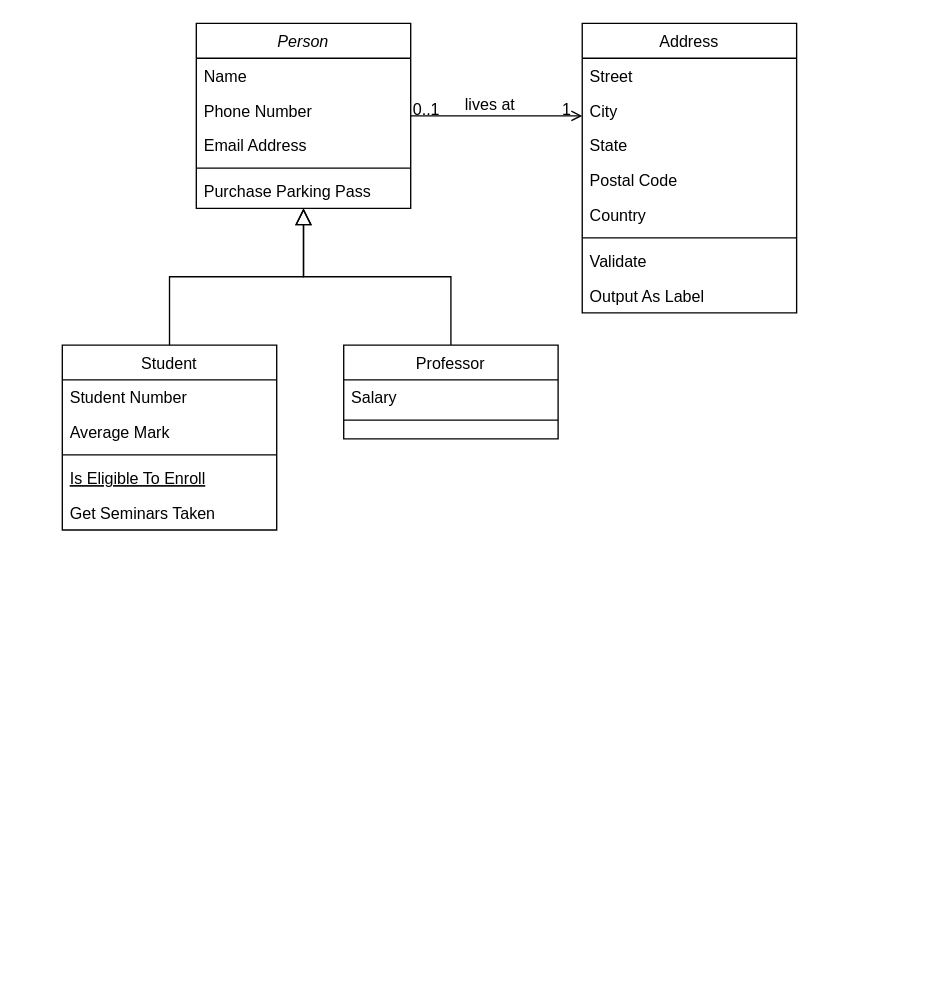
Earlier version of the draw.io diagram Untitled Diagram.drawio (vitoriadelanachaves/uml_class_diagram). Source tidied: cells renumbered, new cells numbered last; positions are measured from the earlier drawing's top-left corner, leaving out a move shared by most shapes. Both pictures are drawn from the tidied source at 134%, with x=0, y=0 at pixel (62, 23).
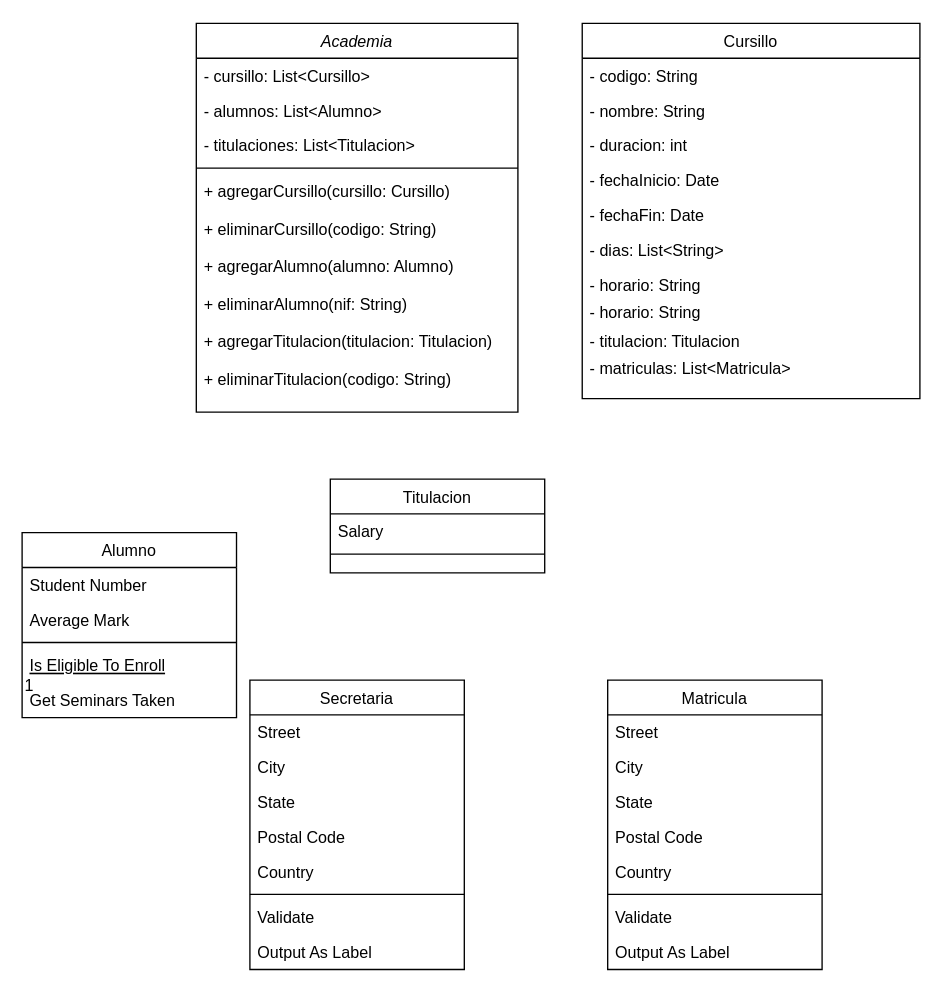
The same page after the edit.

The edit, as a diff of the source:
```diff
@@
-    <mxCell id="2" value="Person" style="swimlane;fontStyle=2;align=center;verticalAlign=top;horizontal=1;startSize=26;rounded=0;shadow=0;strokeWidth=1;" parent="1" vertex="1">
-      <mxGeometry x="100" width="160" height="138" as="geometry" />
+    <mxCell id="2" value="Academia" style="swimlane;fontStyle=2;align=center;verticalAlign=top;horizontal=1;startSize=26;rounded=0;shadow=0;strokeWidth=1;" parent="1" vertex="1">
+      <mxGeometry x="100" width="240" height="290" as="geometry" />
     </mxCell>
-    <mxCell id="3" value="Name" style="text;align=left;verticalAlign=top;spacingLeft=4;spacingRight=4;overflow=hidden;" parent="2" vertex="1">
-      <mxGeometry y="26" width="160" height="26" as="geometry" />
+    <mxCell id="3" value="- cursillo: List&lt;Cursillo&gt;" style="text;align=left;verticalAlign=top;spacingLeft=4;spacingRight=4;overflow=hidden;" parent="2" vertex="1">
+      <mxGeometry y="26" width="240" height="26" as="geometry" />
     </mxCell>
-    <mxCell id="4" value="Phone Number" style="text;align=left;verticalAlign=top;spacingLeft=4;spacingRight=4;overflow=hidden;rounded=0;shadow=0;html=0;" parent="2" vertex="1">
-      <mxGeometry y="52" width="160" height="26" as="geometry" />
+    <mxCell id="4" value="- alumnos: List&lt;Alumno&gt;" style="text;align=left;verticalAlign=top;spacingLeft=4;spacingRight=4;overflow=hidden;rounded=0;shadow=0;html=0;" parent="2" vertex="1">
+      <mxGeometry y="52" width="240" height="26" as="geometry" />
     </mxCell>
-    <mxCell id="5" value="Email Address" style="text;align=left;verticalAlign=top;spacingLeft=4;spacingRight=4;overflow=hidden;rounded=0;shadow=0;html=0;" parent="2" vertex="1">
-      <mxGeometry y="78" width="160" height="26" as="geometry" />
+    <mxCell id="5" value="- titulaciones: List&lt;Titulacion&gt;" style="text;align=left;verticalAlign=top;spacingLeft=4;spacingRight=4;overflow=hidden;rounded=0;shadow=0;html=0;" parent="2" vertex="1">
+      <mxGeometry y="78" width="240" height="26" as="geometry" />
     </mxCell>
     <mxCell id="6" style="line;html=1;strokeWidth=1;align=left;verticalAlign=middle;spacingTop=-1;spacingLeft=3;spacingRight=3;labelPosition=right;" parent="2" vertex="1">
-      <mxGeometry y="104" width="160" height="8" as="geometry" />
+      <mxGeometry y="104" width="240" height="8" as="geometry" />
     </mxCell>
-    <mxCell id="7" value="Purchase Parking Pass" style="text;align=left;verticalAlign=top;spacingLeft=4;spacingRight=4;overflow=hidden;" parent="2" vertex="1">
-      <mxGeometry y="112" width="160" height="26" as="geometry" />
+    <mxCell id="7" value="+ agregarCursillo(cursillo: Cursillo)" style="text;align=left;verticalAlign=top;spacingLeft=4;spacingRight=4;overflow=hidden;" parent="2" vertex="1">
+      <mxGeometry y="112" width="240" height="28" as="geometry" />
     </mxCell>
+    <mxCell id="32" value="+ eliminarCursillo(codigo: String)" style="text;align=left;verticalAlign=top;spacingLeft=4;spacingRight=4;overflow=hidden;" parent="2" vertex="1">
+      <mxGeometry y="140" width="240" height="28" as="geometry" />
+    </mxCell>
+    <mxCell id="33" value="+ agregarAlumno(alumno: Alumno)" style="text;align=left;verticalAlign=top;spacingLeft=4;spacingRight=4;overflow=hidden;" parent="2" vertex="1">
+      <mxGeometry y="168" width="240" height="28" as="geometry" />
+    </mxCell>
+    <mxCell id="34" value="+ eliminarAlumno(nif: String)" style="text;align=left;verticalAlign=top;spacingLeft=4;spacingRight=4;overflow=hidden;" parent="2" vertex="1">
+      <mxGeometry y="196" width="240" height="28" as="geometry" />
+    </mxCell>
+    <mxCell id="35" value="+ agregarTitulacion(titulacion: Titulacion)" style="text;align=left;verticalAlign=top;spacingLeft=4;spacingRight=4;overflow=hidden;" parent="2" vertex="1">
+      <mxGeometry y="224" width="240" height="28" as="geometry" />
+    </mxCell>
+    <mxCell id="36" value="+ eliminarTitulacion(codigo: String)" style="text;align=left;verticalAlign=top;spacingLeft=4;spacingRight=4;overflow=hidden;" parent="2" vertex="1">
+      <mxGeometry y="252" width="240" height="28" as="geometry" />
+    </mxCell>
-    <mxCell id="8" value="Student" style="swimlane;fontStyle=0;align=center;verticalAlign=top;horizontal=1;startSize=26;rounded=0;shadow=0;strokeWidth=1;" parent="1" vertex="1">
-      <mxGeometry y="240" width="160" height="138" as="geometry" />
+    <mxCell id="8" value="Alumno" style="swimlane;fontStyle=0;align=center;verticalAlign=top;horizontal=1;startSize=26;rounded=0;shadow=0;strokeWidth=1;" parent="1" vertex="1">
+      <mxGeometry x="-30" y="380" width="160" height="138" as="geometry" />
     </mxCell>
@@
-    <mxCell id="14" style="endArrow=block;endSize=10;endFill=0;shadow=0;strokeWidth=1;rounded=0;curved=0;edgeStyle=elbowEdgeStyle;elbow=vertical;" parent="1" edge="1" source="8" target="2">
-      <mxGeometry relative="1" as="geometry" />
-    </mxCell>
-    <mxCell id="15" value="Professor" style="swimlane;fontStyle=0;align=center;verticalAlign=top;horizontal=1;startSize=26;rounded=0;shadow=0;strokeWidth=1;" parent="1" vertex="1">
-      <mxGeometry x="210" y="240" width="160" height="70" as="geometry" />
+    <mxCell id="15" value="Titulacion" style="swimlane;fontStyle=0;align=center;verticalAlign=top;horizontal=1;startSize=26;rounded=0;shadow=0;strokeWidth=1;" parent="1" vertex="1">
+      <mxGeometry x="200" y="340" width="160" height="70" as="geometry" />
     </mxCell>
@@
-    <mxCell id="18" style="endArrow=block;endSize=10;endFill=0;shadow=0;strokeWidth=1;rounded=0;curved=0;edgeStyle=elbowEdgeStyle;elbow=vertical;" parent="1" edge="1" source="15" target="2">
-      <mxGeometry relative="1" as="geometry" />
-    </mxCell>
-    <mxCell id="19" value="Address" style="swimlane;fontStyle=0;align=center;verticalAlign=top;horizontal=1;startSize=26;rounded=0;shadow=0;strokeWidth=1;" parent="1" vertex="1">
-      <mxGeometry x="388" width="160" height="216" as="geometry" />
+    <mxCell id="19" value="Cursillo" style="swimlane;fontStyle=0;align=center;verticalAlign=top;horizontal=1;startSize=26;rounded=0;shadow=0;strokeWidth=1;" parent="1" vertex="1">
+      <mxGeometry x="388" width="252" height="280" as="geometry" />
     </mxCell>
-    <mxCell id="20" value="Street" style="text;align=left;verticalAlign=top;spacingLeft=4;spacingRight=4;overflow=hidden;" parent="19" vertex="1">
-      <mxGeometry y="26" width="160" height="26" as="geometry" />
+    <mxCell id="20" value="- codigo: String" style="text;align=left;verticalAlign=top;spacingLeft=4;spacingRight=4;overflow=hidden;" parent="19" vertex="1">
+      <mxGeometry y="26" width="252" height="26" as="geometry" />
     </mxCell>
-    <mxCell id="21" value="City" style="text;align=left;verticalAlign=top;spacingLeft=4;spacingRight=4;overflow=hidden;rounded=0;shadow=0;html=0;" parent="19" vertex="1">
-      <mxGeometry y="52" width="160" height="26" as="geometry" />
+    <mxCell id="21" value="- nombre: String" style="text;align=left;verticalAlign=top;spacingLeft=4;spacingRight=4;overflow=hidden;rounded=0;shadow=0;html=0;" parent="19" vertex="1">
+      <mxGeometry y="52" width="252" height="26" as="geometry" />
     </mxCell>
-    <mxCell id="22" value="State" style="text;align=left;verticalAlign=top;spacingLeft=4;spacingRight=4;overflow=hidden;rounded=0;shadow=0;html=0;" parent="19" vertex="1">
-      <mxGeometry y="78" width="160" height="26" as="geometry" />
+    <mxCell id="22" value="- duracion: int" style="text;align=left;verticalAlign=top;spacingLeft=4;spacingRight=4;overflow=hidden;rounded=0;shadow=0;html=0;" parent="19" vertex="1">
+      <mxGeometry y="78" width="252" height="26" as="geometry" />
     </mxCell>
-    <mxCell id="23" value="Postal Code" style="text;align=left;verticalAlign=top;spacingLeft=4;spacingRight=4;overflow=hidden;rounded=0;shadow=0;html=0;" parent="19" vertex="1">
-      <mxGeometry y="104" width="160" height="26" as="geometry" />
+    <mxCell id="23" value="- fechaInicio: Date" style="text;align=left;verticalAlign=top;spacingLeft=4;spacingRight=4;overflow=hidden;rounded=0;shadow=0;html=0;" parent="19" vertex="1">
+      <mxGeometry y="104" width="252" height="26" as="geometry" />
     </mxCell>
-    <mxCell id="24" value="Country" style="text;align=left;verticalAlign=top;spacingLeft=4;spacingRight=4;overflow=hidden;rounded=0;shadow=0;html=0;" parent="19" vertex="1">
-      <mxGeometry y="130" width="160" height="26" as="geometry" />
+    <mxCell id="24" value="- fechaFin: Date" style="text;align=left;verticalAlign=top;spacingLeft=4;spacingRight=4;overflow=hidden;rounded=0;shadow=0;html=0;" parent="19" vertex="1">
+      <mxGeometry y="130" width="252" height="26" as="geometry" />
     </mxCell>
-    <mxCell id="25" style="line;html=1;strokeWidth=1;align=left;verticalAlign=middle;spacingTop=-1;spacingLeft=3;spacingRight=3;labelPosition=right;" parent="19" vertex="1">
-      <mxGeometry y="156" width="160" height="8" as="geometry" />
-    </mxCell>
-    <mxCell id="26" value="Validate" style="text;align=left;verticalAlign=top;spacingLeft=4;spacingRight=4;overflow=hidden;" parent="19" vertex="1">
-      <mxGeometry y="164" width="160" height="26" as="geometry" />
+    <mxCell id="26" value="- dias: List&lt;String&gt;" style="text;align=left;verticalAlign=top;spacingLeft=4;spacingRight=4;overflow=hidden;" parent="19" vertex="1">
+      <mxGeometry y="156" width="252" height="26" as="geometry" />
     </mxCell>
-    <mxCell id="27" value="Output As Label" style="text;align=left;verticalAlign=top;spacingLeft=4;spacingRight=4;overflow=hidden;" parent="19" vertex="1">
-      <mxGeometry y="190" width="160" height="26" as="geometry" />
+    <mxCell id="27" value="- horario: String" style="text;align=left;verticalAlign=top;spacingLeft=4;spacingRight=4;overflow=hidden;" parent="19" vertex="1">
+      <mxGeometry y="182" width="252" height="20" as="geometry" />
     </mxCell>
-    <mxCell id="28" style="endArrow=open;shadow=0;strokeWidth=1;rounded=0;curved=0;endFill=1;edgeStyle=elbowEdgeStyle;elbow=vertical;" parent="1" edge="1" source="2" target="19">
-      <mxGeometry x="0.5" y="41" relative="1" as="geometry">
-        <mxPoint x="-40" y="32" as="offset" />
-      </mxGeometry>
-    </mxCell>
-    <mxCell id="29" value="0..1" style="align=left;verticalAlign=bottom;labelBackgroundColor=none;fontSize=12;" parent="28" vertex="1">
-      <mxGeometry x="-1" relative="1" as="geometry">
-        <mxPoint y="4" as="offset" />
-      </mxGeometry>
-    </mxCell>
+    <mxCell id="37" value="- horario: String" style="text;align=left;verticalAlign=top;spacingLeft=4;spacingRight=4;overflow=hidden;" parent="19" vertex="1">
+      <mxGeometry y="202" width="252" height="22" as="geometry" />
+    </mxCell>
+    <mxCell id="38" value="- titulacion: Titulacion" style="text;align=left;verticalAlign=top;spacingLeft=4;spacingRight=4;overflow=hidden;" parent="19" vertex="1">
+      <mxGeometry y="224" width="252" height="20" as="geometry" />
+    </mxCell>
+    <mxCell id="39" value="- matriculas: List&lt;Matricula&gt;" style="text;align=left;verticalAlign=top;spacingLeft=4;spacingRight=4;overflow=hidden;" parent="19" vertex="1">
+      <mxGeometry y="244" width="252" height="28" as="geometry" />
+    </mxCell>
+    <mxCell id="40" value="Matricula" style="swimlane;fontStyle=0;align=center;verticalAlign=top;horizontal=1;startSize=26;rounded=0;shadow=0;strokeWidth=1;" parent="1" vertex="1">
+      <mxGeometry x="407" y="490" width="160" height="216" as="geometry" />
+    </mxCell>
+    <mxCell id="41" value="Street" style="text;align=left;verticalAlign=top;spacingLeft=4;spacingRight=4;overflow=hidden;" parent="40" vertex="1">
+      <mxGeometry y="26" width="160" height="26" as="geometry" />
+    </mxCell>
+    <mxCell id="42" value="City" style="text;align=left;verticalAlign=top;spacingLeft=4;spacingRight=4;overflow=hidden;rounded=0;shadow=0;html=0;" parent="40" vertex="1">
+      <mxGeometry y="52" width="160" height="26" as="geometry" />
+    </mxCell>
+    <mxCell id="43" value="State" style="text;align=left;verticalAlign=top;spacingLeft=4;spacingRight=4;overflow=hidden;rounded=0;shadow=0;html=0;" parent="40" vertex="1">
+      <mxGeometry y="78" width="160" height="26" as="geometry" />
+    </mxCell>
+    <mxCell id="44" value="Postal Code" style="text;align=left;verticalAlign=top;spacingLeft=4;spacingRight=4;overflow=hidden;rounded=0;shadow=0;html=0;" parent="40" vertex="1">
+      <mxGeometry y="104" width="160" height="26" as="geometry" />
+    </mxCell>
+    <mxCell id="45" value="Country" style="text;align=left;verticalAlign=top;spacingLeft=4;spacingRight=4;overflow=hidden;rounded=0;shadow=0;html=0;" parent="40" vertex="1">
+      <mxGeometry y="130" width="160" height="26" as="geometry" />
+    </mxCell>
+    <mxCell id="46" style="line;html=1;strokeWidth=1;align=left;verticalAlign=middle;spacingTop=-1;spacingLeft=3;spacingRight=3;labelPosition=right;" parent="40" vertex="1">
+      <mxGeometry y="156" width="160" height="8" as="geometry" />
+    </mxCell>
+    <mxCell id="47" value="Validate" style="text;align=left;verticalAlign=top;spacingLeft=4;spacingRight=4;overflow=hidden;" parent="40" vertex="1">
+      <mxGeometry y="164" width="160" height="26" as="geometry" />
+    </mxCell>
+    <mxCell id="48" value="Output As Label" style="text;align=left;verticalAlign=top;spacingLeft=4;spacingRight=4;overflow=hidden;" parent="40" vertex="1">
+      <mxGeometry y="190" width="160" height="26" as="geometry" />
+    </mxCell>
+    <mxCell id="49" value="Secretaria" style="swimlane;fontStyle=0;align=center;verticalAlign=top;horizontal=1;startSize=26;rounded=0;shadow=0;strokeWidth=1;" parent="1" vertex="1">
+      <mxGeometry x="140" y="490" width="160" height="216" as="geometry" />
+    </mxCell>
+    <mxCell id="50" value="Street" style="text;align=left;verticalAlign=top;spacingLeft=4;spacingRight=4;overflow=hidden;" parent="49" vertex="1">
+      <mxGeometry y="26" width="160" height="26" as="geometry" />
+    </mxCell>
+    <mxCell id="51" value="City" style="text;align=left;verticalAlign=top;spacingLeft=4;spacingRight=4;overflow=hidden;rounded=0;shadow=0;html=0;" parent="49" vertex="1">
+      <mxGeometry y="52" width="160" height="26" as="geometry" />
+    </mxCell>
+    <mxCell id="52" value="State" style="text;align=left;verticalAlign=top;spacingLeft=4;spacingRight=4;overflow=hidden;rounded=0;shadow=0;html=0;" parent="49" vertex="1">
+      <mxGeometry y="78" width="160" height="26" as="geometry" />
+    </mxCell>
+    <mxCell id="53" value="Postal Code" style="text;align=left;verticalAlign=top;spacingLeft=4;spacingRight=4;overflow=hidden;rounded=0;shadow=0;html=0;" parent="49" vertex="1">
+      <mxGeometry y="104" width="160" height="26" as="geometry" />
+    </mxCell>
+    <mxCell id="54" value="Country" style="text;align=left;verticalAlign=top;spacingLeft=4;spacingRight=4;overflow=hidden;rounded=0;shadow=0;html=0;" parent="49" vertex="1">
+      <mxGeometry y="130" width="160" height="26" as="geometry" />
+    </mxCell>
+    <mxCell id="55" style="line;html=1;strokeWidth=1;align=left;verticalAlign=middle;spacingTop=-1;spacingLeft=3;spacingRight=3;labelPosition=right;" parent="49" vertex="1">
+      <mxGeometry y="156" width="160" height="8" as="geometry" />
+    </mxCell>
+    <mxCell id="56" value="Validate" style="text;align=left;verticalAlign=top;spacingLeft=4;spacingRight=4;overflow=hidden;" parent="49" vertex="1">
+      <mxGeometry y="164" width="160" height="26" as="geometry" />
+    </mxCell>
+    <mxCell id="57" value="Output As Label" style="text;align=left;verticalAlign=top;spacingLeft=4;spacingRight=4;overflow=hidden;" parent="49" vertex="1">
+      <mxGeometry y="190" width="160" height="26" as="geometry" />
+    </mxCell>
-    <mxCell id="30" value="1" style="align=right;verticalAlign=bottom;labelBackgroundColor=none;fontSize=12;" parent="28" vertex="1">
-      <mxGeometry x="1" relative="1" as="geometry">
-        <mxPoint x="-7" y="4" as="offset" />
-      </mxGeometry>
+    <mxCell id="30" value="1" style="align=right;verticalAlign=bottom;labelBackgroundColor=none;fontSize=12;" parent="1" vertex="1">
+      <mxGeometry x="-20" y="503" as="geometry" />
     </mxCell>
-    <mxCell id="31" value="lives at" style="text;html=1;align=center;verticalAlign=middle;labelBackgroundColor=none;rounded=0;shadow=0;strokeWidth=1;fontSize=12;" parent="28" vertex="1">
-      <mxGeometry x="0.5" y="49" relative="1" as="geometry">
-        <mxPoint x="-38" y="40" as="offset" />
-      </mxGeometry>
-    </mxCell>
```
